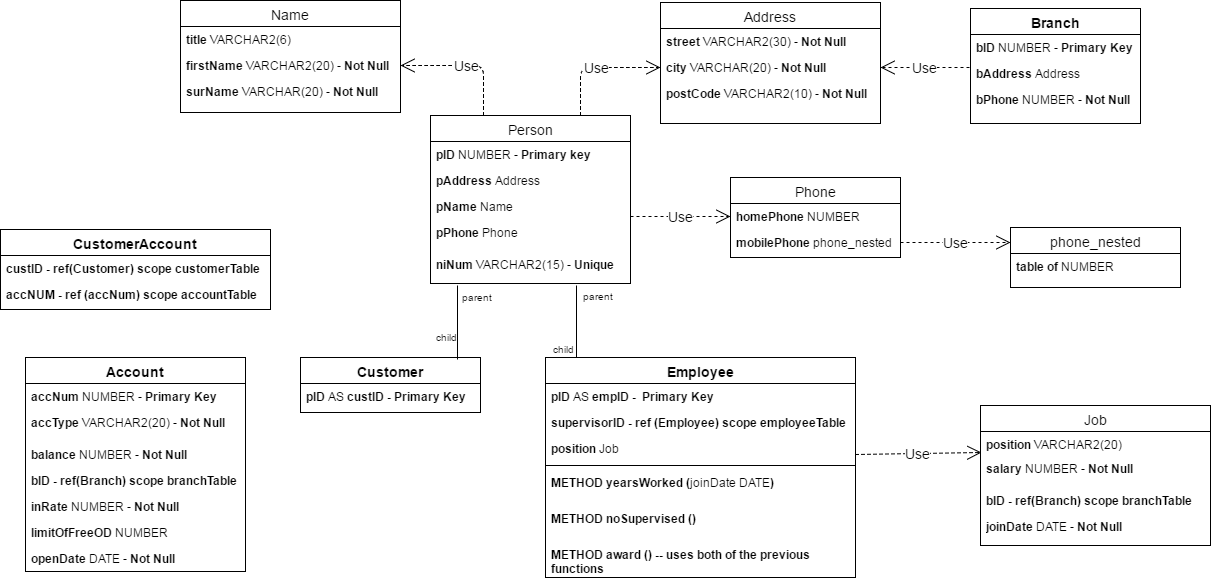
This is Coursework/UML Diagram.png from tomkopx/Advanced-databases, a draw.io export, as it was before one commit. Source tidied: cells renumbered, new cells last; positions are measured from the earlier drawing's top-left corner, leaving out a move shared by most shapes.
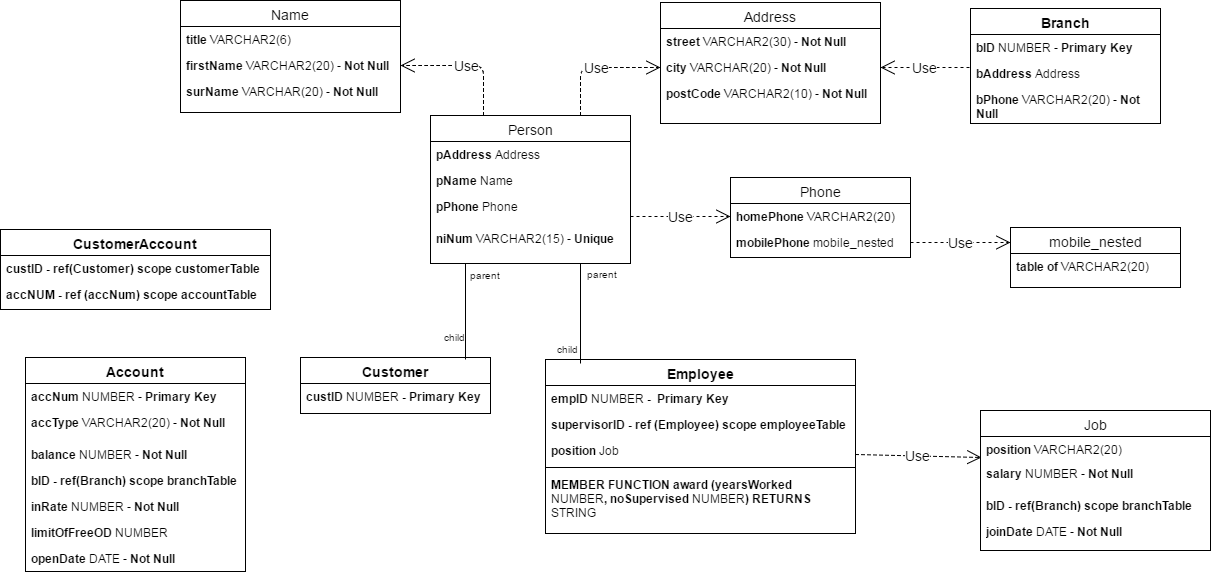
The same file after the commit.

The edit, as a diff of the source:
```diff
@@ -27,25 +27,25 @@
       <mxGeometry y="78" width="220" height="26" as="geometry" />
     </mxCell>
     <mxCell id="10" value="Phone" style="swimlane;html=1;fontStyle=0;horizontal=1;startSize=26;fillColor=none;swimlaneFillColor=#ffffff;fontSize=14;" parent="1" vertex="1">
-      <mxGeometry x="730" y="177" width="170" height="80" as="geometry" />
+      <mxGeometry x="730" y="177" width="180" height="80" as="geometry" />
     </mxCell>
-    <mxCell id="11" value="&lt;b&gt;homePhone &lt;/b&gt;NUMBER" style="text;html=1;strokeColor=none;fillColor=none;align=left;verticalAlign=top;spacingLeft=4;spacingRight=4;whiteSpace=wrap;overflow=hidden;points=[[0,0.5],[1,0.5]];portConstraint=eastwest;" parent="10" vertex="1">
-      <mxGeometry y="26" width="170" height="26" as="geometry" />
+    <mxCell id="11" value="&lt;b&gt;homePhone &lt;/b&gt;VARCHAR2(20)" style="text;html=1;strokeColor=none;fillColor=none;align=left;verticalAlign=top;spacingLeft=4;spacingRight=4;whiteSpace=wrap;overflow=hidden;points=[[0,0.5],[1,0.5]];portConstraint=eastwest;" parent="10" vertex="1">
+      <mxGeometry y="26" width="180" height="26" as="geometry" />
     </mxCell>
-    <mxCell id="12" value="&lt;b&gt;mobilePhone&lt;/b&gt;&amp;nbsp;phone_nested" style="text;html=1;strokeColor=none;fillColor=none;align=left;verticalAlign=top;spacingLeft=4;spacingRight=4;whiteSpace=wrap;overflow=hidden;points=[[0,0.5],[1,0.5]];portConstraint=eastwest;" parent="10" vertex="1">
-      <mxGeometry y="52" width="170" height="26" as="geometry" />
+    <mxCell id="12" value="&lt;b&gt;mobilePhone&lt;/b&gt;&amp;nbsp;mobile_nested" style="text;html=1;strokeColor=none;fillColor=none;align=left;verticalAlign=top;spacingLeft=4;spacingRight=4;whiteSpace=wrap;overflow=hidden;points=[[0,0.5],[1,0.5]];portConstraint=eastwest;" parent="10" vertex="1">
+      <mxGeometry y="52" width="180" height="26" as="geometry" />
     </mxCell>
-    <mxCell id="13" value="phone_nested" style="swimlane;html=1;fontStyle=0;horizontal=1;startSize=26;fillColor=none;swimlaneFillColor=#ffffff;fontSize=14;" parent="1" vertex="1">
+    <mxCell id="13" value="mobile_nested" style="swimlane;html=1;fontStyle=0;horizontal=1;startSize=26;fillColor=none;swimlaneFillColor=#ffffff;fontSize=14;" parent="1" vertex="1">
       <mxGeometry x="1010" y="227" width="170" height="60" as="geometry" />
     </mxCell>
-    <mxCell id="14" value="&lt;b&gt;table of &lt;/b&gt;NUMBER&amp;nbsp;" style="text;html=1;strokeColor=none;fillColor=none;align=left;verticalAlign=top;spacingLeft=4;spacingRight=4;whiteSpace=wrap;overflow=hidden;" parent="13" vertex="1">
+    <mxCell id="14" value="&lt;b&gt;table of &lt;/b&gt;VARCHAR2(20)&amp;nbsp;" style="text;html=1;strokeColor=none;fillColor=none;align=left;verticalAlign=top;spacingLeft=4;spacingRight=4;whiteSpace=wrap;overflow=hidden;" parent="13" vertex="1">
       <mxGeometry y="26" width="170" height="26" as="geometry" />
     </mxCell>
     <mxCell id="15" value="Use" style="endArrow=open;endSize=12;dashed=1;html=1;fontSize=14;exitX=1;exitY=0.5;entryX=0;entryY=0.25;" parent="1" edge="1" source="12" target="13">
       <mxGeometry relative="1" as="geometry" />
     </mxCell>
     <mxCell id="16" value="Job" style="swimlane;html=1;fontStyle=0;horizontal=1;startSize=26;fillColor=none;swimlaneFillColor=#ffffff;fontSize=14;" parent="1" vertex="1">
-      <mxGeometry x="980" y="405" width="230" height="140" as="geometry" />
+      <mxGeometry x="980" y="410" width="230" height="140" as="geometry" />
     </mxCell>
     <mxCell id="17" value="&lt;b&gt;position&lt;/b&gt; VARCHAR2(20)" style="text;html=1;strokeColor=none;fillColor=none;align=left;verticalAlign=top;spacingLeft=4;spacingRight=4;whiteSpace=wrap;overflow=hidden;points=[[0,0.5],[1,0.5]];portConstraint=eastwest;" parent="16" vertex="1">
       <mxGeometry y="26" width="230" height="24" as="geometry" />
@@ -60,32 +60,29 @@
       <mxGeometry y="108" width="230" height="26" as="geometry" />
     </mxCell>
     <mxCell id="21" value="Person" style="swimlane;html=1;fontStyle=0;horizontal=1;startSize=26;fillColor=none;swimlaneFillColor=#ffffff;fontSize=14;" parent="1" vertex="1">
-      <mxGeometry x="430" y="115" width="200" height="168" as="geometry" />
+      <mxGeometry x="430" y="115" width="200" height="148" as="geometry" />
     </mxCell>
-    <mxCell id="22" value="&lt;b&gt;pID &lt;/b&gt;NUMBER - &lt;b&gt;Primary key&lt;/b&gt;" style="text;html=1;strokeColor=none;fillColor=none;align=left;verticalAlign=top;spacingLeft=4;spacingRight=4;whiteSpace=wrap;overflow=hidden;" parent="21" vertex="1">
-      <mxGeometry y="26" width="200" height="26" as="geometry" />
-    </mxCell>
     <mxCell id="23" value="&lt;b&gt;pAddress &lt;/b&gt;Address" style="text;html=1;strokeColor=none;fillColor=none;align=left;verticalAlign=top;spacingLeft=4;spacingRight=4;whiteSpace=wrap;overflow=hidden;" parent="21" vertex="1">
-      <mxGeometry y="52" width="200" height="26" as="geometry" />
+      <mxGeometry y="26" width="200" height="26" as="geometry" />
     </mxCell>
     <mxCell id="24" value="&lt;b&gt;pName &lt;/b&gt;Name" style="text;html=1;strokeColor=none;fillColor=none;align=left;verticalAlign=top;spacingLeft=4;spacingRight=4;whiteSpace=wrap;overflow=hidden;" parent="21" vertex="1">
-      <mxGeometry y="78" width="200" height="26" as="geometry" />
+      <mxGeometry y="52" width="200" height="26" as="geometry" />
     </mxCell>
     <mxCell id="25" value="&lt;b&gt;pPhone &lt;/b&gt;Phone" style="text;html=1;strokeColor=none;fillColor=none;align=left;verticalAlign=top;spacingLeft=4;spacingRight=4;whiteSpace=wrap;overflow=hidden;" parent="21" vertex="1">
-      <mxGeometry y="104" width="200" height="32" as="geometry" />
+      <mxGeometry y="78" width="200" height="32" as="geometry" />
     </mxCell>
     <mxCell id="26" value="&lt;b&gt;niNum &lt;/b&gt;VARCHAR2(15) - &lt;b&gt;Unique&lt;/b&gt;" style="text;html=1;strokeColor=none;fillColor=none;align=left;verticalAlign=top;spacingLeft=4;spacingRight=4;whiteSpace=wrap;overflow=hidden;" parent="21" vertex="1">
-      <mxGeometry y="136" width="200" height="32" as="geometry" />
+      <mxGeometry y="110" width="200" height="32" as="geometry" />
     </mxCell>
     <mxCell id="27" value="&lt;b&gt;Customer&lt;/b&gt;" style="swimlane;html=1;fontStyle=0;horizontal=1;startSize=26;fillColor=none;swimlaneFillColor=#ffffff;fontSize=14;" parent="1" vertex="1">
-      <mxGeometry x="300" y="357" width="180" height="55" as="geometry" />
+      <mxGeometry x="300" y="357" width="190" height="56" as="geometry" />
     </mxCell>
-    <mxCell id="28" value="&lt;b&gt;pID &lt;/b&gt;AS &lt;b&gt;custID - Primary Key&lt;/b&gt;" style="text;html=1;strokeColor=none;fillColor=none;align=left;verticalAlign=top;spacingLeft=4;spacingRight=4;whiteSpace=wrap;overflow=hidden;" parent="27" vertex="1">
-      <mxGeometry y="26" width="180" height="26" as="geometry" />
+    <mxCell id="28" value="&lt;b&gt;custID &lt;/b&gt;NUMBER&lt;b&gt; - Primary Key&lt;/b&gt;" style="text;html=1;strokeColor=none;fillColor=none;align=left;verticalAlign=top;spacingLeft=4;spacingRight=4;whiteSpace=wrap;overflow=hidden;" parent="27" vertex="1">
+      <mxGeometry y="26" width="190" height="26" as="geometry" />
     </mxCell>
     <mxCell id="29" style="endArrow=none;html=1;fontSize=14;entryX=0.871;entryY=0.036;entryPerimeter=0;" parent="1" edge="1" target="27">
       <mxGeometry relative="1" as="geometry">
-        <mxPoint x="457" y="285" as="sourcePoint" />
+        <mxPoint x="465" y="263" as="sourcePoint" />
       </mxGeometry>
     </mxCell>
     <mxCell id="30" value="parent" style="html=1;align=left;verticalAlign=bottom;labelBackgroundColor=#ffffff;fontSize=10;" parent="29" vertex="1">
@@ -99,9 +96,9 @@
       </mxGeometry>
     </mxCell>
     <mxCell id="32" value="&lt;b&gt;Employee&lt;/b&gt;" style="swimlane;html=1;fontStyle=0;horizontal=1;startSize=26;fillColor=none;swimlaneFillColor=#ffffff;fontSize=14;" parent="1" vertex="1">
-      <mxGeometry x="545" y="357" width="310" height="220" as="geometry" />
+      <mxGeometry x="545" y="359" width="310" height="174" as="geometry" />
     </mxCell>
-    <mxCell id="33" value="&lt;b&gt;pID &lt;/b&gt;AS &lt;b&gt;empID - &amp;nbsp;Primary Key&lt;/b&gt;" style="text;html=1;strokeColor=none;fillColor=none;align=left;verticalAlign=top;spacingLeft=4;spacingRight=4;whiteSpace=wrap;overflow=hidden;" parent="32" vertex="1">
+    <mxCell id="33" value="&lt;b&gt;empID &lt;/b&gt;NUMBER&lt;b&gt; - &amp;nbsp;Primary Key&lt;/b&gt;" style="text;html=1;strokeColor=none;fillColor=none;align=left;verticalAlign=top;spacingLeft=4;spacingRight=4;whiteSpace=wrap;overflow=hidden;" parent="32" vertex="1">
       <mxGeometry y="26" width="310" height="26" as="geometry" />
     </mxCell>
     <mxCell id="34" value="&lt;b&gt;supervisorID - ref (Employee) scope employeeTable&lt;/b&gt;" style="text;html=1;strokeColor=none;fillColor=none;align=left;verticalAlign=top;spacingLeft=4;spacingRight=4;whiteSpace=wrap;overflow=hidden;" parent="32" vertex="1">
@@ -113,18 +110,12 @@
     <mxCell id="36" style="line;html=1;strokeWidth=1;fillColor=none;align=left;verticalAlign=middle;spacingTop=-1;spacingLeft=3;spacingRight=3;labelPosition=right;" parent="32" vertex="1">
       <mxGeometry y="104" width="310" height="8" as="geometry" />
     </mxCell>
-    <mxCell id="37" value="&lt;b&gt;METHOD yearsWorked (&lt;/b&gt;joinDate DATE&lt;b&gt;)&lt;/b&gt;" style="text;html=1;strokeColor=none;fillColor=none;align=left;verticalAlign=top;spacingLeft=4;spacingRight=4;whiteSpace=wrap;overflow=hidden;perimeterSpacing=5;" parent="32" vertex="1">
-      <mxGeometry y="112" width="310" height="36" as="geometry" />
-    </mxCell>
-    <mxCell id="38" value="&lt;b&gt;METHOD noSupervised (&lt;/b&gt;&lt;b&gt;)&lt;/b&gt;" style="text;html=1;strokeColor=none;fillColor=none;align=left;verticalAlign=top;spacingLeft=4;spacingRight=4;whiteSpace=wrap;overflow=hidden;" parent="32" vertex="1">
-      <mxGeometry y="148" width="310" height="36" as="geometry" />
-    </mxCell>
-    <mxCell id="39" value="&lt;b&gt;METHOD award (&lt;/b&gt;&lt;b&gt;) -- uses both of the previous functions&lt;/b&gt;" style="text;html=1;strokeColor=none;fillColor=none;align=left;verticalAlign=top;spacingLeft=4;spacingRight=4;whiteSpace=wrap;overflow=hidden;" parent="32" vertex="1">
-      <mxGeometry y="184" width="310" height="36" as="geometry" />
+    <mxCell id="39" value="&lt;b&gt;MEMBER FUNCTION award (yearsWorked &lt;/b&gt;NUMBER&lt;b&gt;, noSupervised &lt;/b&gt;NUMBER&lt;b&gt;) RETURNS &lt;/b&gt;STRING" style="text;html=1;strokeColor=none;fillColor=none;align=left;verticalAlign=top;spacingLeft=4;spacingRight=4;whiteSpace=wrap;overflow=hidden;" parent="32" vertex="1">
+      <mxGeometry y="112" width="310" height="48" as="geometry" />
     </mxCell>
-    <mxCell id="40" style="endArrow=none;html=1;fontSize=14;entryX=0.1;entryY=0;entryPerimeter=0;" parent="1" edge="1" target="32">
+    <mxCell id="40" style="endArrow=none;html=1;fontSize=14;exitX=0.75;exitY=1;" parent="1" edge="1" source="21">
       <mxGeometry x="760" y="271" as="geometry">
-        <mxPoint x="576" y="285" as="sourcePoint" />
+        <mxPoint x="580" y="363" as="targetPoint" />
       </mxGeometry>
     </mxCell>
     <mxCell id="41" value="parent" style="html=1;align=left;verticalAlign=bottom;labelBackgroundColor=#ffffff;fontSize=10;" parent="40" vertex="1">
@@ -133,19 +124,21 @@
       </mxGeometry>
     </mxCell>
     <mxCell id="42" value="child" style="html=1;align=right;verticalAlign=bottom;labelBackgroundColor=#ffffff;fontSize=10;" parent="40" vertex="1">
-      <mxGeometry x="1" relative="1" as="geometry" />
+      <mxGeometry x="1" relative="1" as="geometry">
+        <mxPoint y="-6" as="offset" />
+      </mxGeometry>
     </mxCell>
     <mxCell id="43" value="&lt;b&gt;Branch&lt;/b&gt;" style="swimlane;html=1;fontStyle=0;horizontal=1;startSize=26;fillColor=none;swimlaneFillColor=#ffffff;fontSize=14;" parent="1" vertex="1">
-      <mxGeometry x="970" y="8" width="170" height="115" as="geometry" />
+      <mxGeometry x="970" y="8" width="190" height="115" as="geometry" />
     </mxCell>
     <mxCell id="44" value="&lt;b&gt;bID&amp;nbsp;&lt;/b&gt;NUMBER - &lt;b&gt;Primary Key&lt;/b&gt;" style="text;html=1;strokeColor=none;fillColor=none;align=left;verticalAlign=top;spacingLeft=4;spacingRight=4;whiteSpace=wrap;overflow=hidden;" parent="43" vertex="1">
-      <mxGeometry y="26" width="170" height="26" as="geometry" />
+      <mxGeometry y="26" width="190" height="26" as="geometry" />
     </mxCell>
     <mxCell id="45" value="&lt;b&gt;bAddress&amp;nbsp;&lt;/b&gt;Address" style="text;html=1;strokeColor=none;fillColor=none;align=left;verticalAlign=top;spacingLeft=4;spacingRight=4;whiteSpace=wrap;overflow=hidden;points=[[0,0.5],[1,0.5]];portConstraint=eastwest;" parent="43" vertex="1">
-      <mxGeometry y="52" width="170" height="26" as="geometry" />
+      <mxGeometry y="52" width="190" height="26" as="geometry" />
     </mxCell>
-    <mxCell id="46" value="&lt;b&gt;bPhone&amp;nbsp;&lt;/b&gt;NUMBER - &lt;b&gt;Not Null&lt;/b&gt;" style="text;html=1;strokeColor=none;fillColor=none;align=left;verticalAlign=top;spacingLeft=4;spacingRight=4;whiteSpace=wrap;overflow=hidden;" parent="43" vertex="1">
-      <mxGeometry y="78" width="170" height="32" as="geometry" />
+    <mxCell id="46" value="&lt;b&gt;bPhone &lt;/b&gt;VARCHAR2(20)&amp;nbsp;- &lt;b&gt;Not Null&lt;/b&gt;" style="text;html=1;strokeColor=none;fillColor=none;align=left;verticalAlign=top;spacingLeft=4;spacingRight=4;whiteSpace=wrap;overflow=hidden;" parent="43" vertex="1">
+      <mxGeometry y="78" width="190" height="32" as="geometry" />
     </mxCell>
     <mxCell id="47" value="&lt;b&gt;CustomerAccount&lt;/b&gt;" style="swimlane;html=1;fontStyle=0;horizontal=1;startSize=26;fillColor=none;swimlaneFillColor=#ffffff;fontSize=14;" parent="1" vertex="1">
       <mxGeometry y="229" width="270" height="80" as="geometry" />
```
